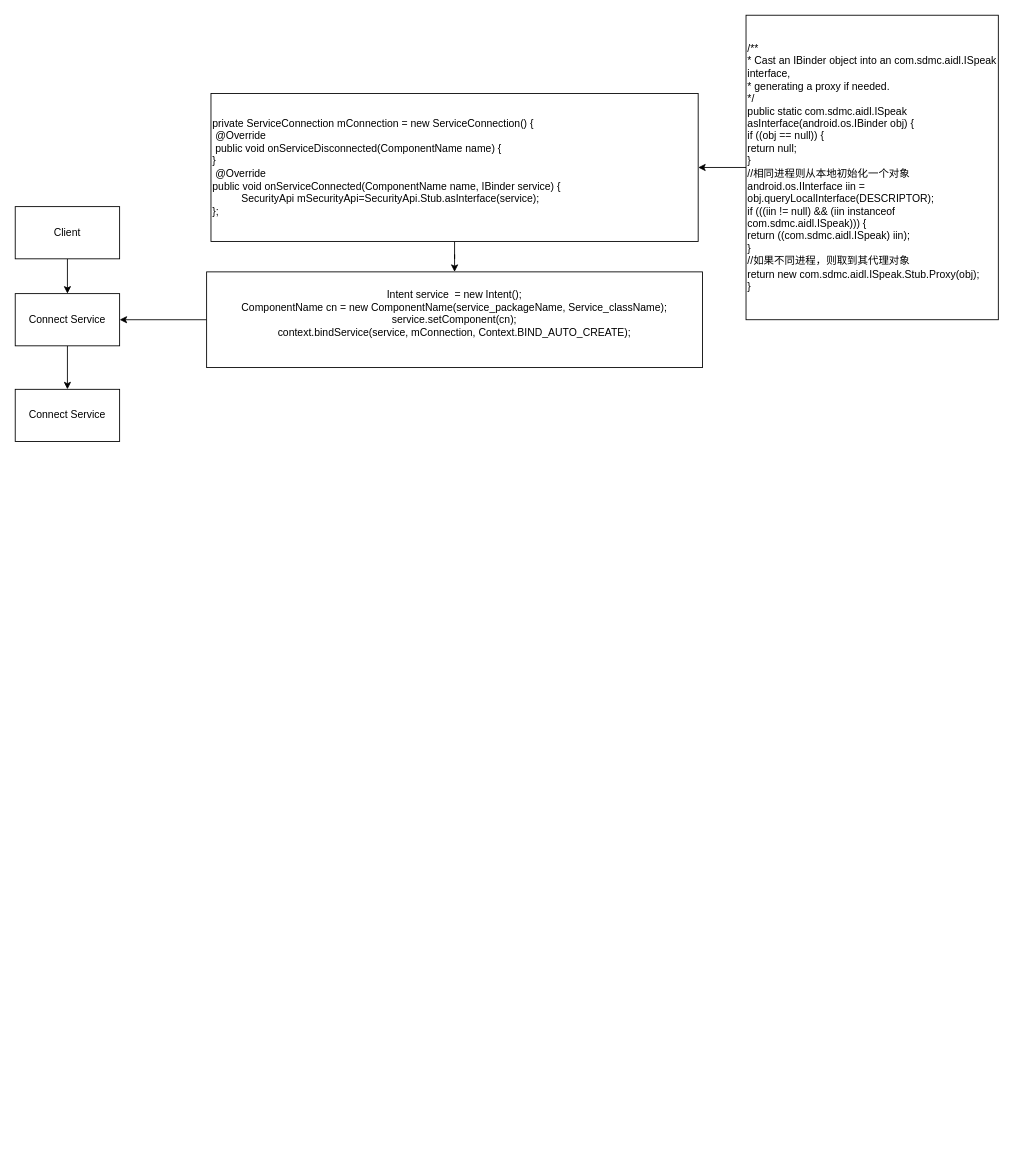
honghonglhh2018/ThinkingFlowChart keeps this draw.io diagram as BinderPool.drawio. Above is the earlier version. Source tidied: cells renumbered, new cells numbered last; positions are measured from the earlier drawing's top-left corner, leaving out a move shared by most shapes. Both pictures are drawn from the tidied source at 87%, with x=0, y=0 at pixel (15, 15).
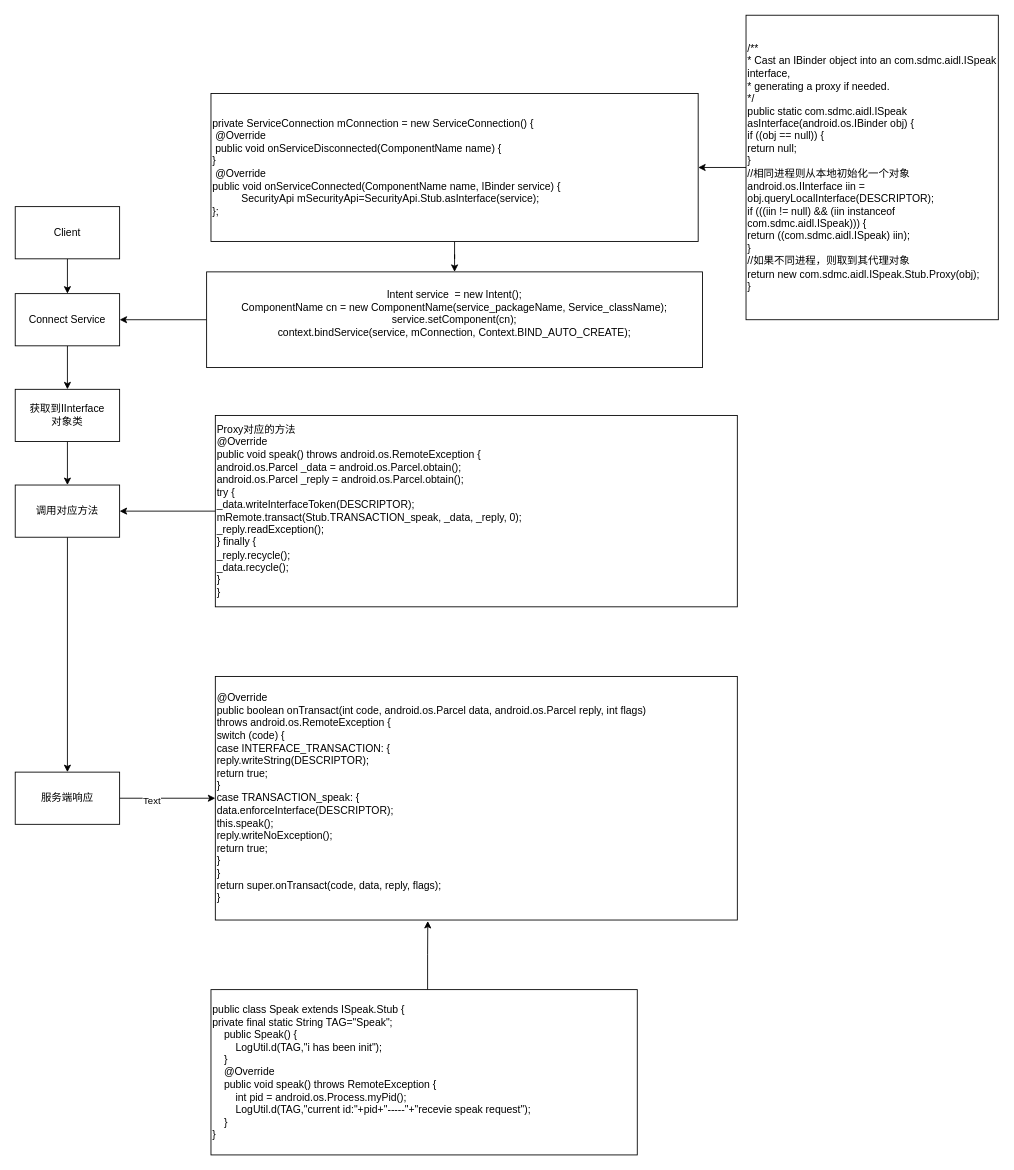
The same diagram, later.

What changed in the source:
```diff
@@
+    <mxCell id="13" style="edgeStyle=orthogonalEdgeStyle;rounded=0;jettySize=auto;html=1;" parent="1" edge="1" source="6" target="15">
+      <mxGeometry relative="1" as="geometry" />
+    </mxCell>
-    <mxCell id="6" value="Connect Service" style="rounded=0;whiteSpace=wrap;html=1;" parent="1" vertex="1">
+    <mxCell id="6" value="获取到IInterface&lt;br&gt;对象类" style="rounded=0;whiteSpace=wrap;html=1;" parent="1" vertex="1">
       <mxGeometry y="430" width="120" height="60" as="geometry" />
     </mxCell>
@@
+    <mxCell id="14" style="edgeStyle=orthogonalEdgeStyle;rounded=0;jettySize=auto;html=1;" parent="1" edge="1" source="15" target="20">
+      <mxGeometry relative="1" as="geometry" />
+    </mxCell>
+    <mxCell id="15" value="调用对应方法" style="rounded=0;whiteSpace=wrap;html=1;" parent="1" vertex="1">
+      <mxGeometry y="540" width="120" height="60" as="geometry" />
+    </mxCell>
+    <mxCell id="16" style="edgeStyle=orthogonalEdgeStyle;rounded=0;jettySize=auto;html=1;" parent="1" edge="1" source="17" target="15">
+      <mxGeometry relative="1" as="geometry" />
+    </mxCell>
+    <mxCell id="17" value="&lt;div&gt;Proxy对应的方法&lt;/div&gt;&lt;div&gt;@Override&lt;/div&gt;&lt;div&gt;&lt;span&gt;   &lt;/span&gt;public void speak() throws android.os.RemoteException {&lt;/div&gt;&lt;div&gt;&lt;span&gt;    &lt;/span&gt;android.os.Parcel _data = android.os.Parcel.obtain();&lt;/div&gt;&lt;div&gt;&lt;span&gt;    &lt;/span&gt;android.os.Parcel _reply = android.os.Parcel.obtain();&lt;/div&gt;&lt;div&gt;&lt;span&gt;    &lt;/span&gt;try {&lt;/div&gt;&lt;div&gt;&lt;span&gt;     &lt;/span&gt;_data.writeInterfaceToken(DESCRIPTOR);&lt;/div&gt;&lt;div&gt;&lt;span&gt;     &lt;/span&gt;mRemote.transact(Stub.TRANSACTION_speak, _data, _reply, 0);&lt;/div&gt;&lt;div&gt;&lt;span&gt;     &lt;/span&gt;_reply.readException();&lt;/div&gt;&lt;div&gt;&lt;span&gt;    &lt;/span&gt;} finally {&lt;/div&gt;&lt;div&gt;&lt;span&gt;     &lt;/span&gt;_reply.recycle();&lt;/div&gt;&lt;div&gt;&lt;span&gt;     &lt;/span&gt;_data.recycle();&lt;/div&gt;&lt;div&gt;&lt;span&gt;    &lt;/span&gt;}&lt;/div&gt;&lt;div&gt;&lt;span&gt;   &lt;/span&gt;}&lt;/div&gt;" style="rounded=0;whiteSpace=wrap;html=1;align=left;" parent="1" vertex="1">
+      <mxGeometry x="230" y="460" width="600" height="220" as="geometry" />
+    </mxCell>
+    <mxCell id="18" style="edgeStyle=orthogonalEdgeStyle;rounded=0;jettySize=auto;html=1;entryX=0;entryY=0.5;entryDx=0;entryDy=0;" parent="1" edge="1" source="20" target="21">
+      <mxGeometry relative="1" as="geometry">
+        <Array as="points">
+          <mxPoint x="160" y="900" />
+          <mxPoint x="160" y="900" />
+        </Array>
+      </mxGeometry>
+    </mxCell>
+    <mxCell id="19" value="Text" style="edgeLabel;html=1;align=center;verticalAlign=middle;" parent="18" vertex="1">
+      <mxGeometry x="-0.27" y="-5" relative="1" as="geometry">
+        <mxPoint x="-4" y="-3" as="offset" />
+      </mxGeometry>
+    </mxCell>
+    <mxCell id="20" value="服务端响应" style="rounded=0;whiteSpace=wrap;html=1;" parent="1" vertex="1">
+      <mxGeometry y="870" width="120" height="60" as="geometry" />
+    </mxCell>
+    <mxCell id="21" value="&lt;div&gt;@Override&lt;/div&gt;&lt;div&gt;&lt;span&gt;  &lt;/span&gt;public boolean onTransact(int code, android.os.Parcel data, android.os.Parcel reply, int flags)&lt;/div&gt;&lt;div&gt;&lt;span&gt;    &lt;/span&gt;throws android.os.RemoteException {&lt;/div&gt;&lt;div&gt;&lt;span&gt;   &lt;/span&gt;switch (code) {&lt;/div&gt;&lt;div&gt;&lt;span&gt;   &lt;/span&gt;case INTERFACE_TRANSACTION: {&lt;/div&gt;&lt;div&gt;&lt;span&gt;    &lt;/span&gt;reply.writeString(DESCRIPTOR);&lt;/div&gt;&lt;div&gt;&lt;span&gt;    &lt;/span&gt;return true;&lt;/div&gt;&lt;div&gt;&lt;span&gt;   &lt;/span&gt;}&lt;/div&gt;&lt;div&gt;&lt;span&gt;   &lt;/span&gt;case TRANSACTION_speak: {&lt;/div&gt;&lt;div&gt;&lt;span&gt;    &lt;/span&gt;data.enforceInterface(DESCRIPTOR);&lt;/div&gt;&lt;div&gt;&lt;span&gt;    &lt;/span&gt;this.speak();&lt;/div&gt;&lt;div&gt;&lt;span&gt;    &lt;/span&gt;reply.writeNoException();&lt;/div&gt;&lt;div&gt;&lt;span&gt;    &lt;/span&gt;return true;&lt;/div&gt;&lt;div&gt;&lt;span&gt;   &lt;/span&gt;}&lt;/div&gt;&lt;div&gt;&lt;span&gt;   &lt;/span&gt;}&lt;/div&gt;&lt;div&gt;&lt;span&gt;   &lt;/span&gt;return super.onTransact(code, data, reply, flags);&lt;/div&gt;&lt;div&gt;&lt;span&gt;  &lt;/span&gt;}&lt;/div&gt;" style="rounded=0;whiteSpace=wrap;html=1;align=left;" parent="1" vertex="1">
+      <mxGeometry x="230" y="760" width="600" height="280" as="geometry" />
+    </mxCell>
+    <mxCell id="22" style="edgeStyle=orthogonalEdgeStyle;rounded=0;jettySize=auto;html=1;entryX=0.407;entryY=1.004;entryDx=0;entryDy=0;entryPerimeter=0;" parent="1" edge="1" source="23" target="21">
+      <mxGeometry relative="1" as="geometry">
+        <Array as="points">
+          <mxPoint x="474" y="1080" />
+          <mxPoint x="474" y="1080" />
+        </Array>
+      </mxGeometry>
+    </mxCell>
+    <mxCell id="23" value="&lt;div&gt;&lt;br&gt;&lt;/div&gt;&lt;div&gt;public class Speak extends ISpeak.Stub {&lt;/div&gt;&lt;div&gt;&lt;span&gt; &lt;/span&gt;private final static String TAG=&quot;Speak&quot;;&lt;/div&gt;&lt;div&gt;&amp;nbsp; &amp;nbsp; public Speak() {&lt;/div&gt;&lt;div&gt;&amp;nbsp; &amp;nbsp; &amp;nbsp; &amp;nbsp; LogUtil.d(TAG,&quot;i has been init&quot;);&lt;/div&gt;&lt;div&gt;&amp;nbsp; &amp;nbsp; }&lt;/div&gt;&lt;div&gt;&amp;nbsp; &amp;nbsp; @Override&lt;/div&gt;&lt;div&gt;&amp;nbsp; &amp;nbsp; public void speak() throws RemoteException {&lt;/div&gt;&lt;div&gt;&amp;nbsp; &amp;nbsp; &amp;nbsp; &amp;nbsp; int pid = android.os.Process.myPid();&lt;/div&gt;&lt;div&gt;&amp;nbsp; &amp;nbsp; &amp;nbsp; &amp;nbsp; LogUtil.d(TAG,&quot;current id:&quot;+pid+&quot;-----&quot;+&quot;recevie speak request&quot;);&lt;/div&gt;&lt;div&gt;&amp;nbsp; &amp;nbsp; }&lt;/div&gt;&lt;div&gt;}&lt;/div&gt;&lt;div&gt;&lt;br&gt;&lt;/div&gt;" style="rounded=0;whiteSpace=wrap;html=1;align=left;" parent="1" vertex="1">
+      <mxGeometry x="225" y="1120" width="490" height="190" as="geometry" />
+    </mxCell>
```
